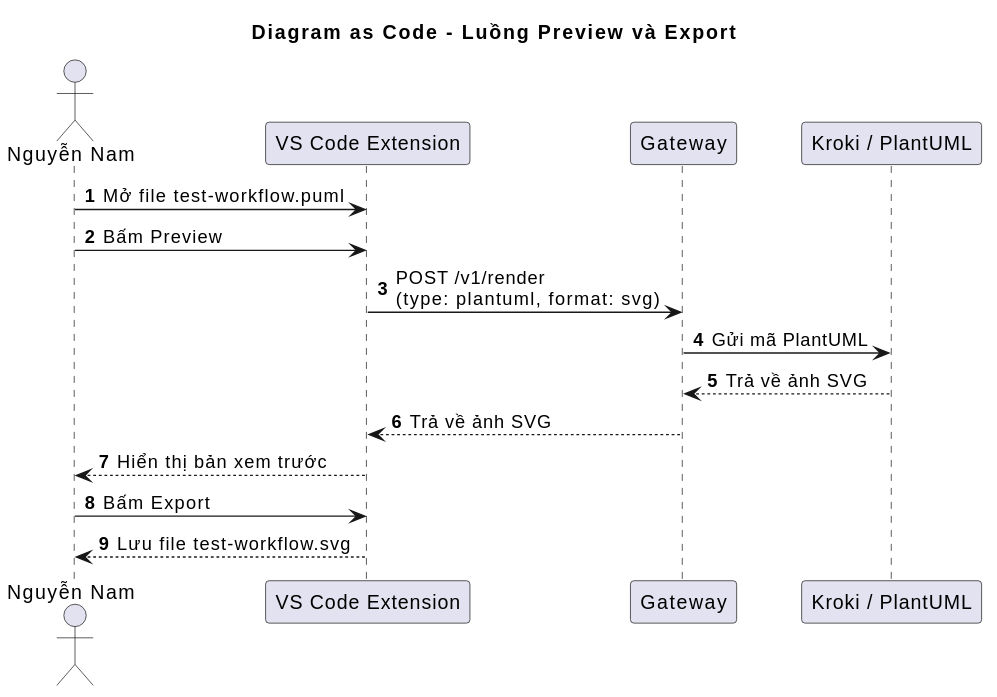
Before: docs/generated/test-workflow.svg, a diagram exported from PlantUML (PhuongNam2106/upgrade-diagram-as-code).
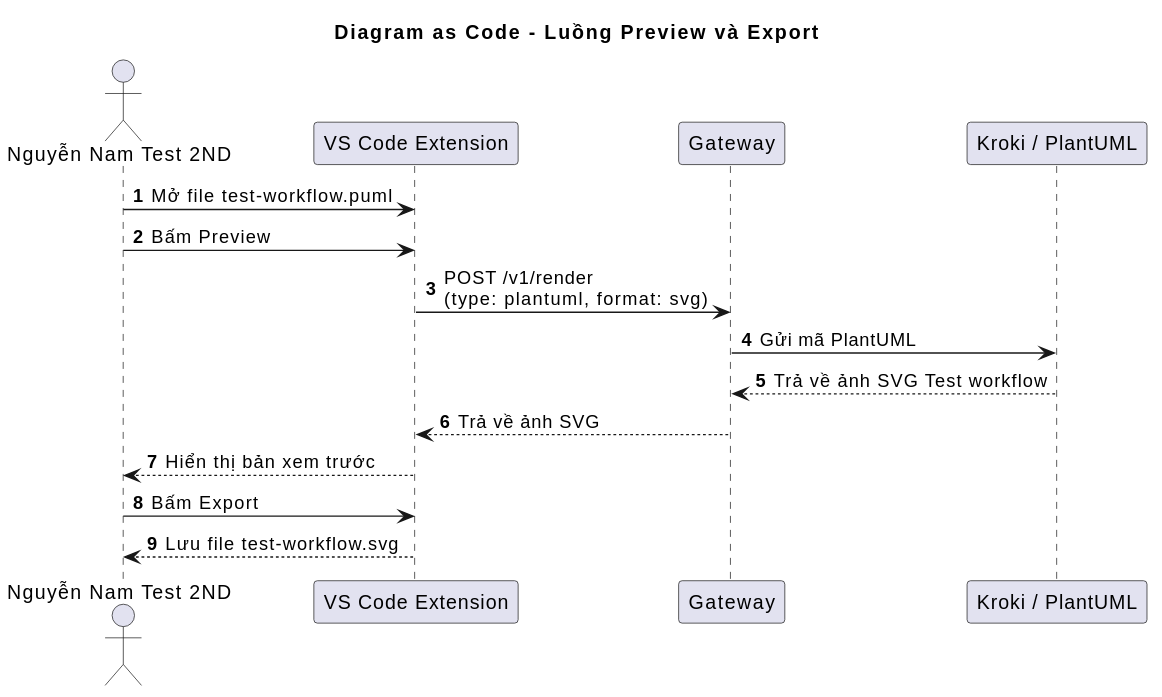
Above is the later version.

The edit, as a diff of the source:
```diff
@@ -3,7 +3,7 @@
 
 autonumber
 
-actor "Nguyễn Nam" as User
+actor "Nguyễn Nam Test 2ND" as User
 participant "VS Code Extension" as Extension
 participant "Gateway" as Gateway
 participant "Kroki / PlantUML" as Renderer
@@ -12,7 +12,7 @@
 User -> Extension: Bấm Preview
 Extension -> Gateway: POST /v1/render\n(type: plantuml, format: svg)
 Gateway -> Renderer: Gửi mã PlantUML
-Renderer --> Gateway: Trả về ảnh SVG
+Renderer --> Gateway: Trả về ảnh SVG Test workflow
 Gateway --> Extension: Trả về ảnh SVG
 Extension --> User: Hiển thị bản xem trước
 
```
